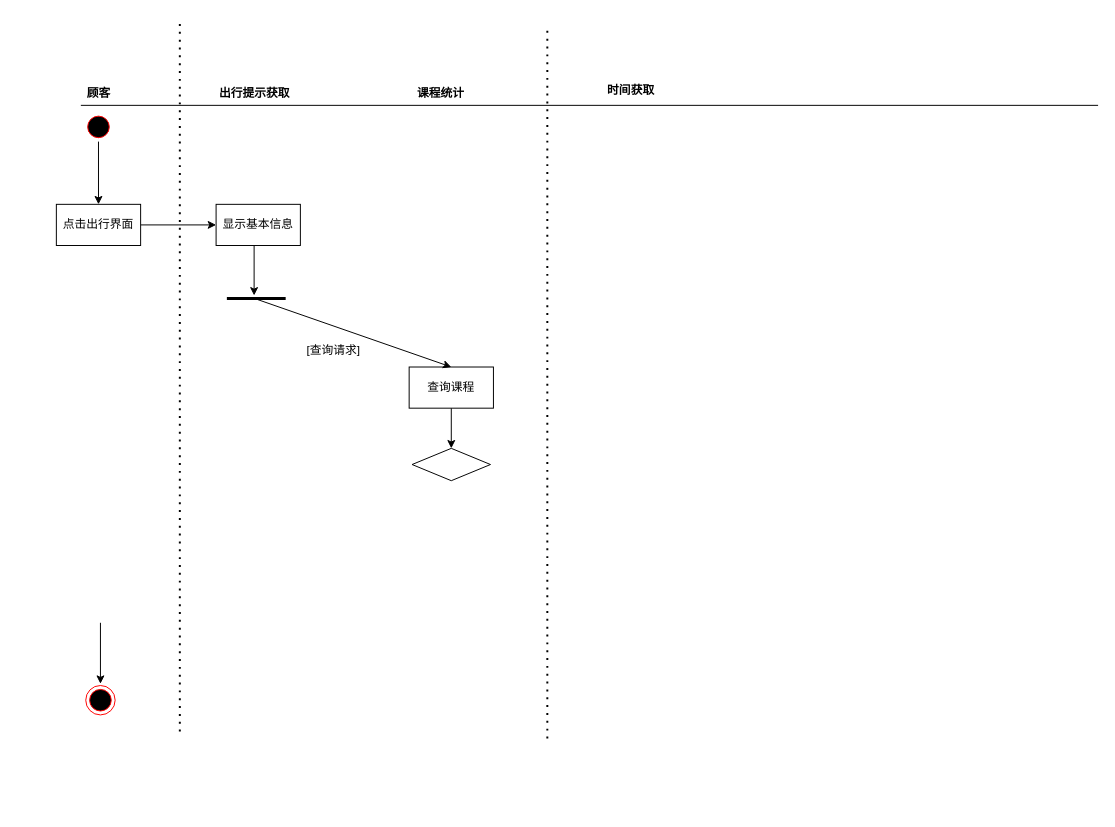
ZYNsama666/BackUp keeps this draw.io diagram as 软件工程互相单车查询.drawio. Above is the earlier version. Source tidied: cells renumbered, new cells numbered last; positions are measured from the earlier drawing's top-left corner, leaving out a move shared by most shapes. Both pictures are drawn from the tidied source at 98%, with x=0, y=0 at pixel (56, 18).
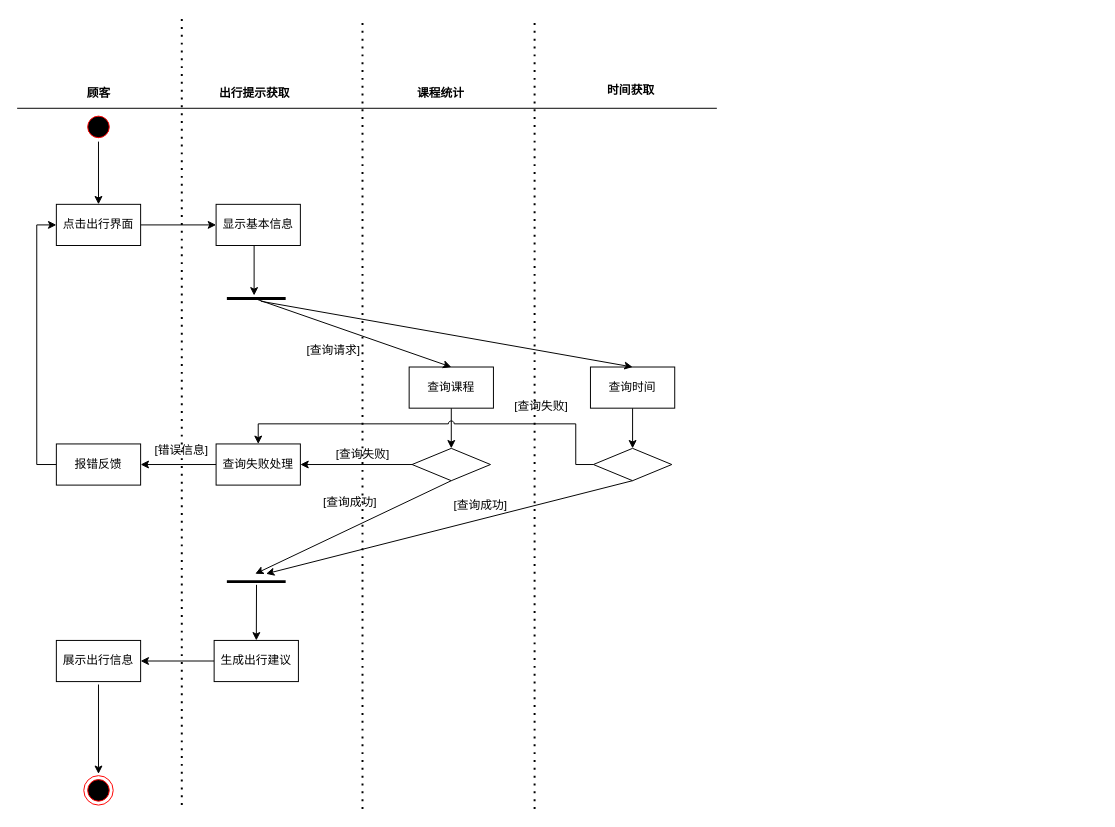
Above is the later version.

Commit message (it also covers changes not shown here):
更新软件工程互相单车查询.drawio

Unchanged cells that the change refers to:
```xml
<mxCell id="10" value="点击出行界面" style="html=1;whiteSpace=wrap;" parent="1" vertex="1">
  <mxGeometry y="190" width="86" height="42" as="geometry" />
</mxCell>
<mxCell id="14" style="rhombus;whiteSpace=wrap;html=1;" parent="1" vertex="1">
  <mxGeometry x="363" y="439" width="80" height="33" as="geometry" />
</mxCell>
<mxCell id="20" style="line;strokeWidth=3;dashed=0;labelPosition=right;align=left;verticalAlign=middle;spacingTop=0;spacingLeft=6;points=[];portConstraint=eastwest;fontSize=13;" parent="1" vertex="1">
  <mxGeometry x="174" y="281" width="60" height="10" as="geometry" />
</mxCell>
```

What changed in the source:
```diff
@@
     <mxCell id="2" style="line;strokeWidth=1;fillColor=none;align=left;verticalAlign=middle;spacingTop=-1;spacingLeft=3;spacingRight=3;labelPosition=right;strokeColor=inherit;" parent="1" vertex="1">
-      <mxGeometry x="25" y="85" width="1038" height="8" as="geometry" />
+      <mxGeometry x="-40" y="88" width="714" height="8" as="geometry" />
     </mxCell>
@@
+    <mxCell id="23" style="edgeStyle=orthogonalEdgeStyle;rounded=0;jettySize=auto;html=1;" parent="1" edge="1" source="14" target="25">
+      <mxGeometry relative="1" as="geometry" />
+    </mxCell>
@@
     <mxCell id="15" style="ellipse;html=1;shape=endState;fillColor=#000000;strokeColor=#ff0000;" parent="1" vertex="1">
-      <mxGeometry x="30" y="681" width="30" height="30" as="geometry" />
+      <mxGeometry x="28" y="773" width="30" height="30" as="geometry" />
     </mxCell>
     <mxCell id="16" style="endArrow=classic;html=1;rounded=0;" parent="1" edge="1">
       <mxGeometry relative="1" as="geometry">
-        <mxPoint x="45" y="617" as="sourcePoint" />
-        <mxPoint x="45" y="679.2" as="targetPoint" />
+        <mxPoint x="43" y="680" as="sourcePoint" />
+        <mxPoint x="43" y="771.2" as="targetPoint" />
       </mxGeometry>
     </mxCell>
     <mxCell id="17" style="endArrow=none;dashed=1;html=1;dashPattern=1 3;strokeWidth=2;rounded=0;" parent="1" edge="1">
       <mxGeometry relative="1" as="geometry">
-        <mxPoint x="126" y="728" as="sourcePoint" />
-        <mxPoint x="126" as="targetPoint" />
+        <mxPoint x="128" y="803" as="sourcePoint" />
+        <mxPoint x="128" as="targetPoint" />
       </mxGeometry>
     </mxCell>
-    <mxCell id="18" style="endArrow=none;dashed=1;html=1;dashPattern=1 3;strokeWidth=2;rounded=0;" parent="1" edge="1">
-      <mxGeometry relative="1" as="geometry">
-        <mxPoint x="501" y="735" as="sourcePoint" />
-        <mxPoint x="501" y="7" as="targetPoint" />
-      </mxGeometry>
-    </mxCell>
@@
+    <mxCell id="24" style="edgeStyle=orthogonalEdgeStyle;rounded=0;jettySize=auto;html=1;" parent="1" edge="1" source="25" target="30">
+      <mxGeometry relative="1" as="geometry" />
+    </mxCell>
+    <mxCell id="25" value="查询失败处理" style="html=1;whiteSpace=wrap;" parent="1" vertex="1">
+      <mxGeometry x="163" y="434.5" width="86" height="42" as="geometry" />
+    </mxCell>
+    <mxCell id="26" value="[查询失败]" style="text;html=1;strokeColor=none;fillColor=none;align=center;verticalAlign=middle;whiteSpace=wrap;rounded=0;" parent="1" vertex="1">
+      <mxGeometry x="283" y="430" width="60" height="30" as="geometry" />
+    </mxCell>
+    <mxCell id="27" style="edgeStyle=orthogonalEdgeStyle;rounded=0;jettySize=auto;html=1;" parent="1" edge="1" source="28" target="32">
+      <mxGeometry relative="1" as="geometry" />
+    </mxCell>
+    <mxCell id="28" value="生成出行建议" style="html=1;whiteSpace=wrap;" parent="1" vertex="1">
+      <mxGeometry x="161" y="635" width="86" height="42" as="geometry" />
+    </mxCell>
+    <mxCell id="29" style="edgeStyle=orthogonalEdgeStyle;rounded=0;jettySize=auto;html=1;entryX=0;entryY=0.5;entryDx=0;entryDy=0;" parent="1" edge="1" source="30" target="10">
+      <mxGeometry relative="1" as="geometry">
+        <Array as="points">
+          <mxPoint x="-20" y="456" />
+          <mxPoint x="-20" y="211" />
+        </Array>
+      </mxGeometry>
+    </mxCell>
+    <mxCell id="30" value="报错反馈" style="html=1;whiteSpace=wrap;" parent="1" vertex="1">
+      <mxGeometry y="434.5" width="86" height="42" as="geometry" />
+    </mxCell>
+    <mxCell id="31" value="[错误信息]" style="text;html=1;strokeColor=none;fillColor=none;align=center;verticalAlign=middle;whiteSpace=wrap;rounded=0;" parent="1" vertex="1">
+      <mxGeometry x="98" y="426" width="60" height="30" as="geometry" />
+    </mxCell>
+    <mxCell id="32" value="展示出行信息" style="html=1;whiteSpace=wrap;" parent="1" vertex="1">
+      <mxGeometry y="635" width="86" height="42" as="geometry" />
+    </mxCell>
+    <mxCell id="33" style="line;strokeWidth=3;dashed=0;labelPosition=right;align=left;verticalAlign=middle;spacingTop=0;spacingLeft=6;points=[];portConstraint=eastwest;fontSize=13;" parent="1" vertex="1">
+      <mxGeometry x="174" y="570" width="60" height="10" as="geometry" />
+    </mxCell>
+    <mxCell id="34" style="endArrow=classic;html=1;rounded=0;exitX=0.504;exitY=0.826;exitDx=0;exitDy=0;exitPerimeter=0;" parent="1" edge="1" source="33" target="28">
+      <mxGeometry relative="1" as="geometry" />
+    </mxCell>
+    <mxCell id="35" style="endArrow=classic;html=1;rounded=0;exitX=0.5;exitY=1;exitDx=0;exitDy=0;" parent="1" edge="1" source="14">
+      <mxGeometry relative="1" as="geometry">
+        <mxPoint x="203" y="567" as="targetPoint" />
+      </mxGeometry>
+    </mxCell>
+    <mxCell id="36" value="[查询成功]" style="text;html=1;strokeColor=none;fillColor=none;align=center;verticalAlign=middle;whiteSpace=wrap;rounded=0;" parent="1" vertex="1">
+      <mxGeometry x="270" y="479" width="60" height="30" as="geometry" />
+    </mxCell>
+    <mxCell id="37" style="edgeStyle=orthogonalEdgeStyle;rounded=0;jettySize=auto;html=1;entryX=0.5;entryY=0;entryDx=0;entryDy=0;" parent="1" edge="1" source="38" target="40">
+      <mxGeometry relative="1" as="geometry" />
+    </mxCell>
+    <mxCell id="38" value="查询时间" style="html=1;whiteSpace=wrap;" parent="1" vertex="1">
+      <mxGeometry x="545" y="356" width="86" height="42" as="geometry" />
+    </mxCell>
+    <mxCell id="39" style="edgeStyle=orthogonalEdgeStyle;rounded=0;jettySize=auto;html=1;entryX=0.5;entryY=0;entryDx=0;entryDy=0;jumpStyle=arc;" parent="1" edge="1" source="40" target="25">
+      <mxGeometry relative="1" as="geometry">
+        <Array as="points">
+          <mxPoint x="530" y="456" />
+          <mxPoint x="530" y="414" />
+          <mxPoint x="206" y="414" />
+        </Array>
+      </mxGeometry>
+    </mxCell>
+    <mxCell id="40" style="rhombus;whiteSpace=wrap;html=1;" parent="1" vertex="1">
+      <mxGeometry x="548" y="439" width="80" height="33" as="geometry" />
+    </mxCell>
+    <mxCell id="41" style="endArrow=classic;html=1;rounded=0;exitX=0.578;exitY=0.791;exitDx=0;exitDy=0;entryX=0.5;entryY=0;entryDx=0;entryDy=0;exitPerimeter=0;" parent="1" edge="1" source="20" target="38">
+      <mxGeometry relative="1" as="geometry" />
+    </mxCell>
+    <mxCell id="42" style="endArrow=classic;html=1;rounded=0;exitX=0.5;exitY=1;exitDx=0;exitDy=0;" parent="1" edge="1" source="40">
+      <mxGeometry relative="1" as="geometry">
+        <mxPoint x="214" y="567" as="targetPoint" />
+      </mxGeometry>
+    </mxCell>
+    <mxCell id="43" value="[查询失败]" style="text;html=1;strokeColor=none;fillColor=none;align=center;verticalAlign=middle;whiteSpace=wrap;rounded=0;" parent="1" vertex="1">
+      <mxGeometry x="465" y="381" width="60" height="30" as="geometry" />
+    </mxCell>
+    <mxCell id="44" value="[查询成功]" style="text;html=1;strokeColor=none;fillColor=none;align=center;verticalAlign=middle;whiteSpace=wrap;rounded=0;" parent="1" vertex="1">
+      <mxGeometry x="403" y="482" width="60" height="30" as="geometry" />
+    </mxCell>
+    <mxCell id="45" style="endArrow=none;dashed=1;html=1;dashPattern=1 3;strokeWidth=2;rounded=0;" parent="1" edge="1">
+      <mxGeometry relative="1" as="geometry">
+        <mxPoint x="312.4" y="807" as="sourcePoint" />
+        <mxPoint x="312.4" y="4" as="targetPoint" />
+      </mxGeometry>
+    </mxCell>
+    <mxCell id="46" style="endArrow=none;dashed=1;html=1;dashPattern=1 3;strokeWidth=2;rounded=0;" parent="1" edge="1">
+      <mxGeometry relative="1" as="geometry">
+        <mxPoint x="488" y="807" as="sourcePoint" />
+        <mxPoint x="488" y="4" as="targetPoint" />
+      </mxGeometry>
+    </mxCell>
```
